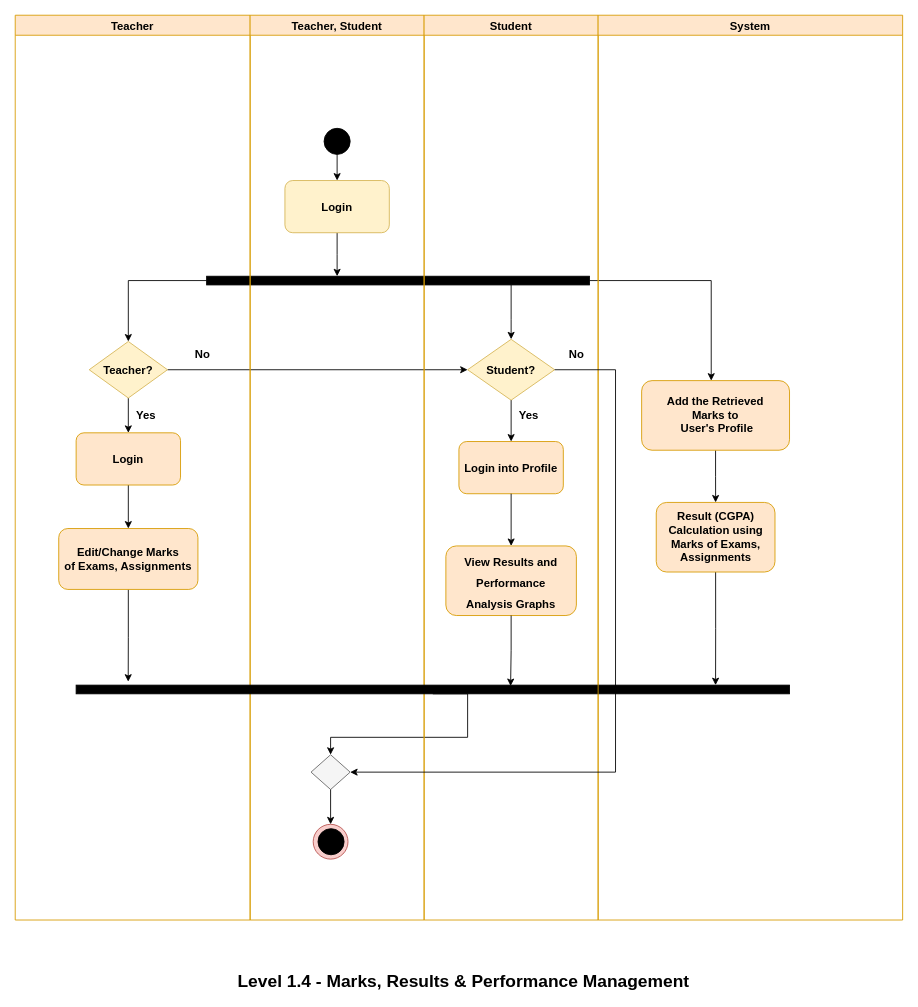
Earlier version of the draw.io diagram page "Swimlane 1.4" (29 of 40) of Diagrams.drawio (shirrsho/E-shcool). Source tidied: cells renumbered, new cells numbered last; positions are measured from the earlier drawing's top-left corner, leaving out a move shared by most shapes. Both pictures are drawn from the tidied source at 87%, with x=0, y=0 at pixel (15, 15).
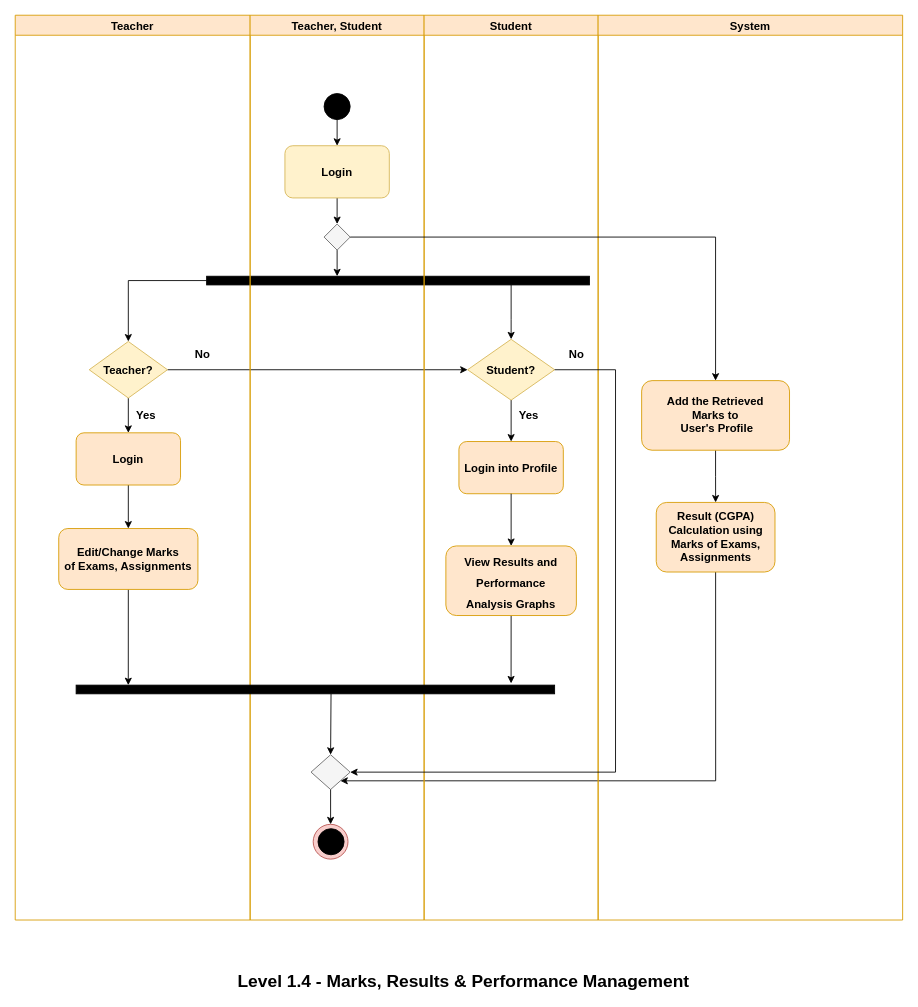
Above is the later version.

Unchanged cells that the change refers to:
```xml
<mxCell id="6" value="&lt;b&gt;Add the Retrieved &lt;br&gt;Marks to&lt;br&gt;&amp;nbsp;User's Profile&lt;/b&gt;" style="rounded=1;whiteSpace=wrap;html=1;fontSize=13;fillColor=#ffe6cc;strokeColor=#d79b00;" parent="1" vertex="1">
  <mxGeometry x="720" y="420" width="170" height="80" as="geometry" />
</mxCell>
<mxCell id="8" value="&lt;b&gt;Result (CGPA) Calculation using Marks of Exams, Assignments&lt;/b&gt;" style="rounded=1;whiteSpace=wrap;html=1;fontSize=13;fillColor=#ffe6cc;strokeColor=#d79b00;" parent="1" vertex="1">
  <mxGeometry x="736.8" y="560" width="136.5" height="80" as="geometry" />
</mxCell>
<mxCell id="10" style="rounded=0;whiteSpace=wrap;html=1;fillColor=#000000;" parent="1" vertex="1">
  <mxGeometry x="220" y="300" width="440" height="10" as="geometry" />
</mxCell>
<mxCell id="17" value="&lt;b&gt;Edit/Change Marks&lt;br&gt;of Exams, Assignments&lt;/b&gt;" style="rounded=1;whiteSpace=wrap;html=1;fontSize=13;fillColor=#ffe6cc;strokeColor=#d79b00;" parent="1" vertex="1">
  <mxGeometry x="50" y="590" width="160" height="70" as="geometry" />
</mxCell>
<mxCell id="26" value="Teacher, Student" style="swimlane;fontSize=13;fillColor=#ffe6cc;strokeColor=#d79b00;" parent="1" vertex="1">
  <mxGeometry x="270" width="200" height="1040" as="geometry" />
</mxCell>
<mxCell id="27" style="rhombus;whiteSpace=wrap;html=1;fontSize=13;fillColor=#f5f5f5;fontColor=#333333;strokeColor=#666666;" parent="26" vertex="1">
  <mxGeometry x="70" y="850" width="45" height="40" as="geometry" />
</mxCell>
<mxCell id="31" value="Student" style="swimlane;fontSize=13;fillColor=#ffe6cc;strokeColor=#d79b00;" parent="1" vertex="1">
  <mxGeometry x="470" width="200" height="1040" as="geometry" />
</mxCell>
<mxCell id="35" value="&lt;b&gt;&lt;font style=&quot;font-size: 13px&quot;&gt;View Results and Performance &lt;br&gt;Analysis Graphs&lt;/font&gt;&lt;/b&gt;" style="rounded=1;whiteSpace=wrap;html=1;fontSize=20;fillColor=#ffe6cc;strokeColor=#d79b00;" parent="31" vertex="1">
  <mxGeometry x="25" y="610" width="150" height="80" as="geometry" />
</mxCell>
```

Diff of the diagram source:
```diff
@@
-    <mxCell id="3" style="edgeStyle=orthogonalEdgeStyle;rounded=0;jettySize=auto;html=1;exitX=0.5;exitY=1;exitDx=0;exitDy=0;entryX=0.5;entryY=0;entryDx=0;entryDy=0;fontSize=13;" parent="1" edge="1" source="4" target="22">
-      <mxGeometry relative="1" as="geometry" />
-    </mxCell>
-    <mxCell id="4" style="ellipse;whiteSpace=wrap;html=1;fillColor=#000000;" parent="1" vertex="1">
-      <mxGeometry x="355" y="130" width="30" height="30" as="geometry" />
-    </mxCell>
@@
-    <mxCell id="7" style="edgeStyle=orthogonalEdgeStyle;rounded=0;jettySize=auto;html=1;exitX=0.5;exitY=1;exitDx=0;exitDy=0;fontSize=13;" parent="1" edge="1" source="8">
-      <mxGeometry relative="1" as="geometry">
-        <mxPoint x="805" y="770" as="targetPoint" />
-      </mxGeometry>
-    </mxCell>
+    <mxCell id="43" style="edgeStyle=orthogonalEdgeStyle;rounded=0;jettySize=auto;html=1;exitX=0.5;exitY=1;exitDx=0;exitDy=0;entryX=1;entryY=1;entryDx=0;entryDy=0;" parent="1" edge="1" source="8" target="27">
+      <mxGeometry relative="1" as="geometry">
+        <Array as="points">
+          <mxPoint x="805" y="880" />
+        </Array>
+      </mxGeometry>
+    </mxCell>
@@
-    <mxCell id="11" style="edgeStyle=orthogonalEdgeStyle;rounded=0;jettySize=auto;html=1;exitX=0.5;exitY=1;exitDx=0;exitDy=0;entryX=0.5;entryY=0;entryDx=0;entryDy=0;fontSize=13;startArrow=none;" parent="1" edge="1" source="37" target="27">
-      <mxGeometry relative="1" as="geometry">
-        <Array as="points">
-          <mxPoint x="520" y="830" />
-          <mxPoint x="363" y="830" />
-        </Array>
-      </mxGeometry>
-    </mxCell>
@@
-    <mxCell id="16" style="edgeStyle=orthogonalEdgeStyle;rounded=0;jettySize=auto;html=1;exitX=0.5;exitY=1;exitDx=0;exitDy=0;entryX=0.073;entryY=-0.4;entryDx=0;entryDy=0;entryPerimeter=0;fontSize=13;" parent="1" edge="1" source="17" target="37">
+    <mxCell id="16" style="edgeStyle=orthogonalEdgeStyle;rounded=0;jettySize=auto;html=1;exitX=0.5;exitY=1;exitDx=0;exitDy=0;entryX=0.109;entryY=0;entryDx=0;entryDy=0;entryPerimeter=0;" parent="1" edge="1" source="17" target="37">
       <mxGeometry relative="1" as="geometry" />
     </mxCell>
@@
-    <mxCell id="20" style="endArrow=classic;html=1;rounded=0;fontSize=13;exitX=1;exitY=0.5;exitDx=0;exitDy=0;" parent="1" edge="1" source="10">
-      <mxGeometry relative="1" as="geometry">
-        <mxPoint x="800" y="420" as="targetPoint" />
-        <Array as="points">
-          <mxPoint x="800" y="305" />
-        </Array>
-      </mxGeometry>
-    </mxCell>
-    <mxCell id="21" style="edgeStyle=orthogonalEdgeStyle;rounded=0;jettySize=auto;html=1;exitX=0.5;exitY=1;exitDx=0;exitDy=0;fontSize=13;" parent="1" edge="1" source="22">
-      <mxGeometry relative="1" as="geometry">
-        <mxPoint x="370" y="300" as="targetPoint" />
-      </mxGeometry>
-    </mxCell>
-    <mxCell id="22" value="&lt;b&gt;Login&lt;/b&gt;" style="rounded=1;whiteSpace=wrap;html=1;fontSize=13;fillColor=#fff2cc;strokeColor=#d6b656;" parent="1" vertex="1">
-      <mxGeometry x="310" y="190" width="120" height="60" as="geometry" />
-    </mxCell>
@@
+    <mxCell id="4" style="ellipse;whiteSpace=wrap;html=1;fillColor=#000000;" parent="26" vertex="1">
+      <mxGeometry x="85" y="90" width="30" height="30" as="geometry" />
+    </mxCell>
+    <mxCell id="44" style="edgeStyle=orthogonalEdgeStyle;rounded=0;jettySize=auto;html=1;exitX=0.5;exitY=1;exitDx=0;exitDy=0;entryX=0.5;entryY=0;entryDx=0;entryDy=0;" parent="26" edge="1" source="22" target="45">
+      <mxGeometry relative="1" as="geometry" />
+    </mxCell>
+    <mxCell id="22" value="&lt;b&gt;Login&lt;/b&gt;" style="rounded=1;whiteSpace=wrap;html=1;fontSize=13;fillColor=#fff2cc;strokeColor=#d6b656;" parent="26" vertex="1">
+      <mxGeometry x="40" y="150" width="120" height="60" as="geometry" />
+    </mxCell>
+    <mxCell id="3" style="edgeStyle=orthogonalEdgeStyle;rounded=0;jettySize=auto;html=1;exitX=0.5;exitY=1;exitDx=0;exitDy=0;entryX=0.5;entryY=0;entryDx=0;entryDy=0;fontSize=13;" parent="26" edge="1" source="4" target="22">
+      <mxGeometry relative="1" as="geometry" />
+    </mxCell>
+    <mxCell id="45" style="rhombus;whiteSpace=wrap;html=1;fillColor=#f5f5f5;fontColor=#333333;strokeColor=#666666;" parent="26" vertex="1">
+      <mxGeometry x="85" y="240" width="30" height="30" as="geometry" />
+    </mxCell>
@@
+    <mxCell id="38" style="edgeStyle=orthogonalEdgeStyle;rounded=0;jettySize=auto;html=1;exitX=0.5;exitY=1;exitDx=0;exitDy=0;entryX=0.909;entryY=-0.2;entryDx=0;entryDy=0;entryPerimeter=0;" parent="31" edge="1" source="35" target="37">
+      <mxGeometry relative="1" as="geometry" />
+    </mxCell>
@@
     <mxCell id="37" style="rounded=0;whiteSpace=wrap;html=1;fillColor=#000000;" parent="31" vertex="1">
-      <mxGeometry x="-400" y="770" width="820" height="10" as="geometry" />
+      <mxGeometry x="-400" y="770" width="550" height="10" as="geometry" />
     </mxCell>
-    <mxCell id="38" style="edgeStyle=orthogonalEdgeStyle;rounded=0;jettySize=auto;html=1;exitX=0.5;exitY=1;exitDx=0;exitDy=0;entryX=0.609;entryY=0.1;entryDx=0;entryDy=0;entryPerimeter=0;fontSize=13;" parent="31" edge="1" source="35" target="37">
-      <mxGeometry relative="1" as="geometry" />
-    </mxCell>
@@
+    <mxCell id="46" style="edgeStyle=orthogonalEdgeStyle;rounded=0;jettySize=auto;html=1;exitX=0.5;exitY=1;exitDx=0;exitDy=0;" parent="1" edge="1" source="45">
+      <mxGeometry relative="1" as="geometry">
+        <mxPoint x="370" y="300" as="targetPoint" />
+      </mxGeometry>
+    </mxCell>
+    <mxCell id="47" style="edgeStyle=orthogonalEdgeStyle;rounded=0;jettySize=auto;html=1;exitX=1;exitY=0.5;exitDx=0;exitDy=0;entryX=0.5;entryY=0;entryDx=0;entryDy=0;" parent="1" edge="1" source="45" target="6">
+      <mxGeometry relative="1" as="geometry" />
+    </mxCell>
+    <mxCell id="48" style="endArrow=classic;html=1;rounded=0;entryX=0.5;entryY=0;entryDx=0;entryDy=0;" parent="1" edge="1" target="27">
+      <mxGeometry relative="1" as="geometry">
+        <mxPoint x="363" y="780" as="sourcePoint" />
+      </mxGeometry>
+    </mxCell>
```
